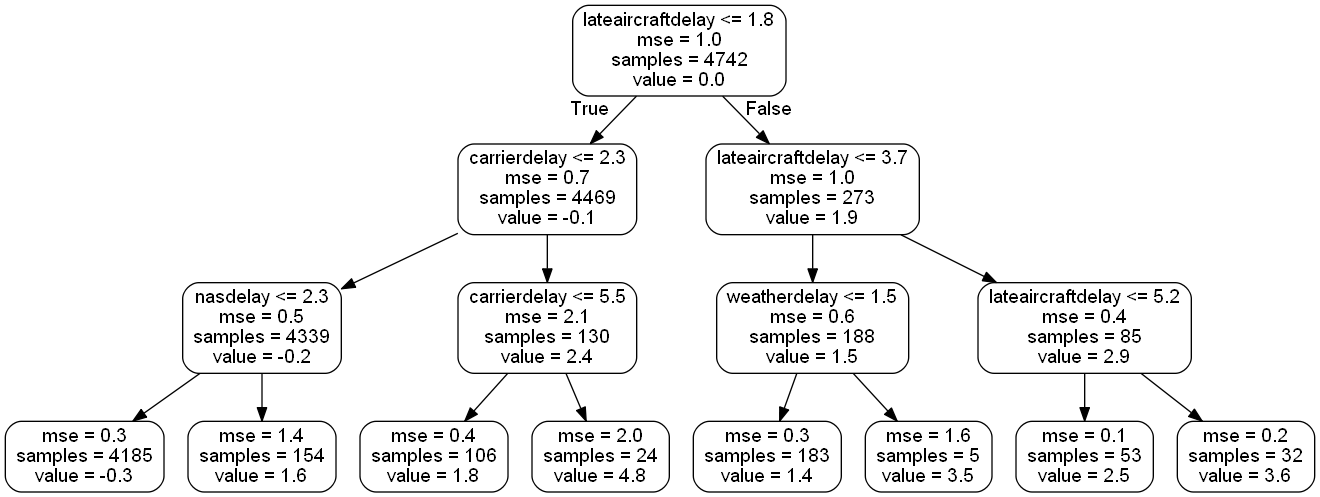
This is S12_T01/small_tree.png from Yms002/Ejercicios, a Graphviz export, as it was before one commit. Its source is kept beside it as S12_T01/small_tree.dot.
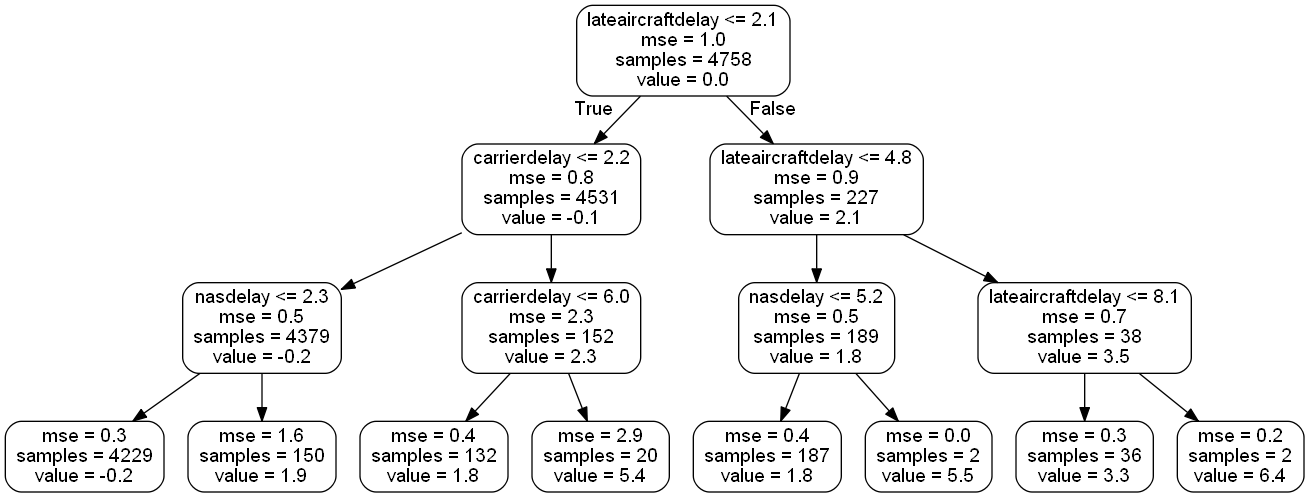
The same file after the commit.

Diff of the diagram source:
```diff
@@ -1,33 +1,33 @@
 digraph Tree {
 node [shape=box, style="rounded", color="black", fontname=helvetica] ;
 edge [fontname=helvetica] ;
-0 [label="lateaircraftdelay <= 1.8\nmse = 1.0\nsamples = 4742\nvalue = 0.0"] ;
-1 [label="carrierdelay <= 2.3\nmse = 0.7\nsamples = 4469\nvalue = -0.1"] ;
+0 [label="lateaircraftdelay <= 2.1\nmse = 1.0\nsamples = 4758\nvalue = 0.0"] ;
+1 [label="carrierdelay <= 2.2\nmse = 0.8\nsamples = 4531\nvalue = -0.1"] ;
 0 -> 1 [labeldistance=2.5, labelangle=45, headlabel="True"] ;
-2 [label="nasdelay <= 2.3\nmse = 0.5\nsamples = 4339\nvalue = -0.2"] ;
+2 [label="nasdelay <= 2.3\nmse = 0.5\nsamples = 4379\nvalue = -0.2"] ;
 1 -> 2 ;
-3 [label="mse = 0.3\nsamples = 4185\nvalue = -0.3"] ;
+3 [label="mse = 0.3\nsamples = 4229\nvalue = -0.2"] ;
 2 -> 3 ;
-4 [label="mse = 1.4\nsamples = 154\nvalue = 1.6"] ;
+4 [label="mse = 1.6\nsamples = 150\nvalue = 1.9"] ;
 2 -> 4 ;
-5 [label="carrierdelay <= 5.5\nmse = 2.1\nsamples = 130\nvalue = 2.4"] ;
+5 [label="carrierdelay <= 6.0\nmse = 2.3\nsamples = 152\nvalue = 2.3"] ;
 1 -> 5 ;
-6 [label="mse = 0.4\nsamples = 106\nvalue = 1.8"] ;
+6 [label="mse = 0.4\nsamples = 132\nvalue = 1.8"] ;
 5 -> 6 ;
-7 [label="mse = 2.0\nsamples = 24\nvalue = 4.8"] ;
+7 [label="mse = 2.9\nsamples = 20\nvalue = 5.4"] ;
 5 -> 7 ;
-8 [label="lateaircraftdelay <= 3.7\nmse = 1.0\nsamples = 273\nvalue = 1.9"] ;
+8 [label="lateaircraftdelay <= 4.8\nmse = 0.9\nsamples = 227\nvalue = 2.1"] ;
 0 -> 8 [labeldistance=2.5, labelangle=-45, headlabel="False"] ;
-9 [label="weatherdelay <= 1.5\nmse = 0.6\nsamples = 188\nvalue = 1.5"] ;
+9 [label="nasdelay <= 5.2\nmse = 0.5\nsamples = 189\nvalue = 1.8"] ;
 8 -> 9 ;
-10 [label="mse = 0.3\nsamples = 183\nvalue = 1.4"] ;
+10 [label="mse = 0.4\nsamples = 187\nvalue = 1.8"] ;
 9 -> 10 ;
-11 [label="mse = 1.6\nsamples = 5\nvalue = 3.5"] ;
+11 [label="mse = 0.0\nsamples = 2\nvalue = 5.5"] ;
 9 -> 11 ;
-12 [label="lateaircraftdelay <= 5.2\nmse = 0.4\nsamples = 85\nvalue = 2.9"] ;
+12 [label="lateaircraftdelay <= 8.1\nmse = 0.7\nsamples = 38\nvalue = 3.5"] ;
 8 -> 12 ;
-13 [label="mse = 0.1\nsamples = 53\nvalue = 2.5"] ;
+13 [label="mse = 0.3\nsamples = 36\nvalue = 3.3"] ;
 12 -> 13 ;
-14 [label="mse = 0.2\nsamples = 32\nvalue = 3.6"] ;
+14 [label="mse = 0.2\nsamples = 2\nvalue = 6.4"] ;
 12 -> 14 ;
 }
```
